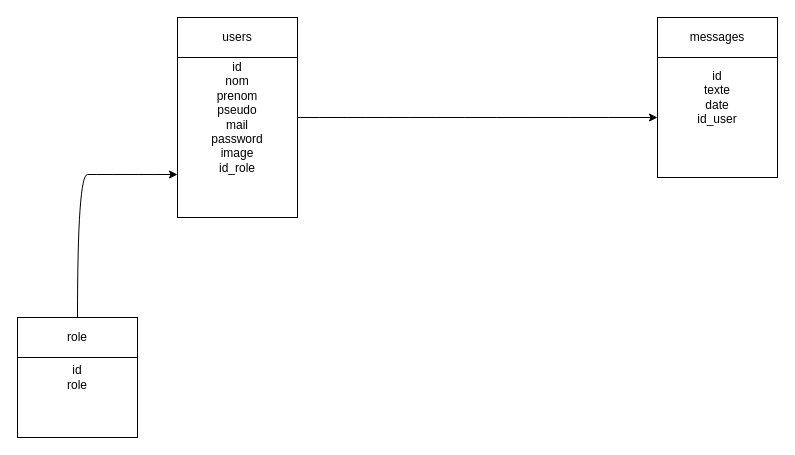
This is conception-bdd/mld.drawio from mohamed-zidi/api-rcmk, a draw.io file, before an edit. Source tidied: cells renumbered, new cells numbered last; positions are measured from the earlier drawing's top-left corner, leaving out a move shared by most shapes. Both pictures are drawn from the tidied source at 100%, with x=0, y=0 at pixel (17, 17).
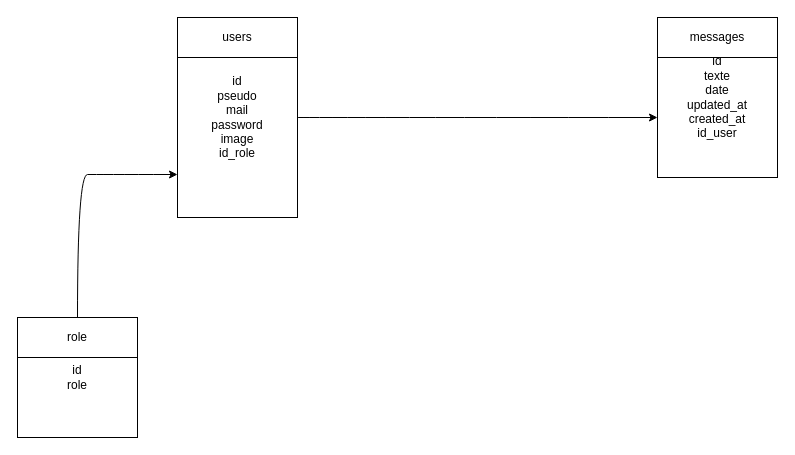
The same diagram, later.

Commit message (it also covers changes not shown here):
User models + inscription user fait

The edit, as a diff of the source:
```diff
@@
 <mxGraphModel>
   <root>
     <mxCell id="0" />
     <mxCell id="1" parent="0" />
-    <mxCell id="2" value="id&lt;br&gt;nom&lt;br&gt;prenom&lt;br&gt;pseudo&lt;br&gt;mail&lt;br&gt;password&lt;br&gt;image&lt;br&gt;id_role" style="rounded=0;whiteSpace=wrap;html=1;" parent="1" vertex="1">
+    <mxCell id="2" value="id&lt;br&gt;pseudo&lt;br&gt;mail&lt;br&gt;password&lt;br&gt;image&lt;br&gt;id_role" style="rounded=0;whiteSpace=wrap;html=1;" parent="1" vertex="1">
       <mxGeometry x="160" width="120" height="200" as="geometry" />
     </mxCell>
     <mxCell id="3" value="users" style="rounded=0;whiteSpace=wrap;html=1;" parent="1" vertex="1">
       <mxGeometry x="160" width="120" height="40" as="geometry" />
     </mxCell>
-    <mxCell id="4" value="id&lt;br&gt;texte&lt;br&gt;date&lt;br&gt;id_user" style="rounded=0;whiteSpace=wrap;html=1;" parent="1" vertex="1">
+    <mxCell id="4" value="id&lt;br&gt;texte&lt;br&gt;date&lt;br&gt;updated_at&lt;br&gt;created_at&lt;br&gt;id_user" style="rounded=0;whiteSpace=wrap;html=1;" parent="1" vertex="1">
       <mxGeometry x="640" width="120" height="160" as="geometry" />
     </mxCell>
     <mxCell id="5" value="messages" style="rounded=0;whiteSpace=wrap;html=1;" parent="1" vertex="1">
       <mxGeometry x="640" width="120" height="40" as="geometry" />
     </mxCell>
     <mxCell id="6" value="id&lt;br&gt;role" style="rounded=0;whiteSpace=wrap;html=1;" parent="1" vertex="1">
       <mxGeometry y="300" width="120" height="120" as="geometry" />
     </mxCell>
     <mxCell id="7" value="role" style="rounded=0;whiteSpace=wrap;html=1;" parent="1" vertex="1">
       <mxGeometry y="300" width="120" height="40" as="geometry" />
     </mxCell>
     <mxCell id="8" style="curved=1;endArrow=classic;html=1;exitX=0.5;exitY=0;exitDx=0;exitDy=0;" parent="1" edge="1" source="7">
       <mxGeometry relative="1" as="geometry">
         <mxPoint x="160" y="157" as="targetPoint" />
         <Array as="points">
           <mxPoint x="60" y="157" />
           <mxPoint x="80" y="157" />
         </Array>
       </mxGeometry>
     </mxCell>
     <mxCell id="9" style="curved=1;endArrow=classic;html=1;exitX=1;exitY=0.5;exitDx=0;exitDy=0;" parent="1" edge="1" source="2">
       <mxGeometry relative="1" as="geometry">
         <mxPoint x="640" y="100" as="targetPoint" />
       </mxGeometry>
     </mxCell>
   </root>
 </mxGraphModel>
```
